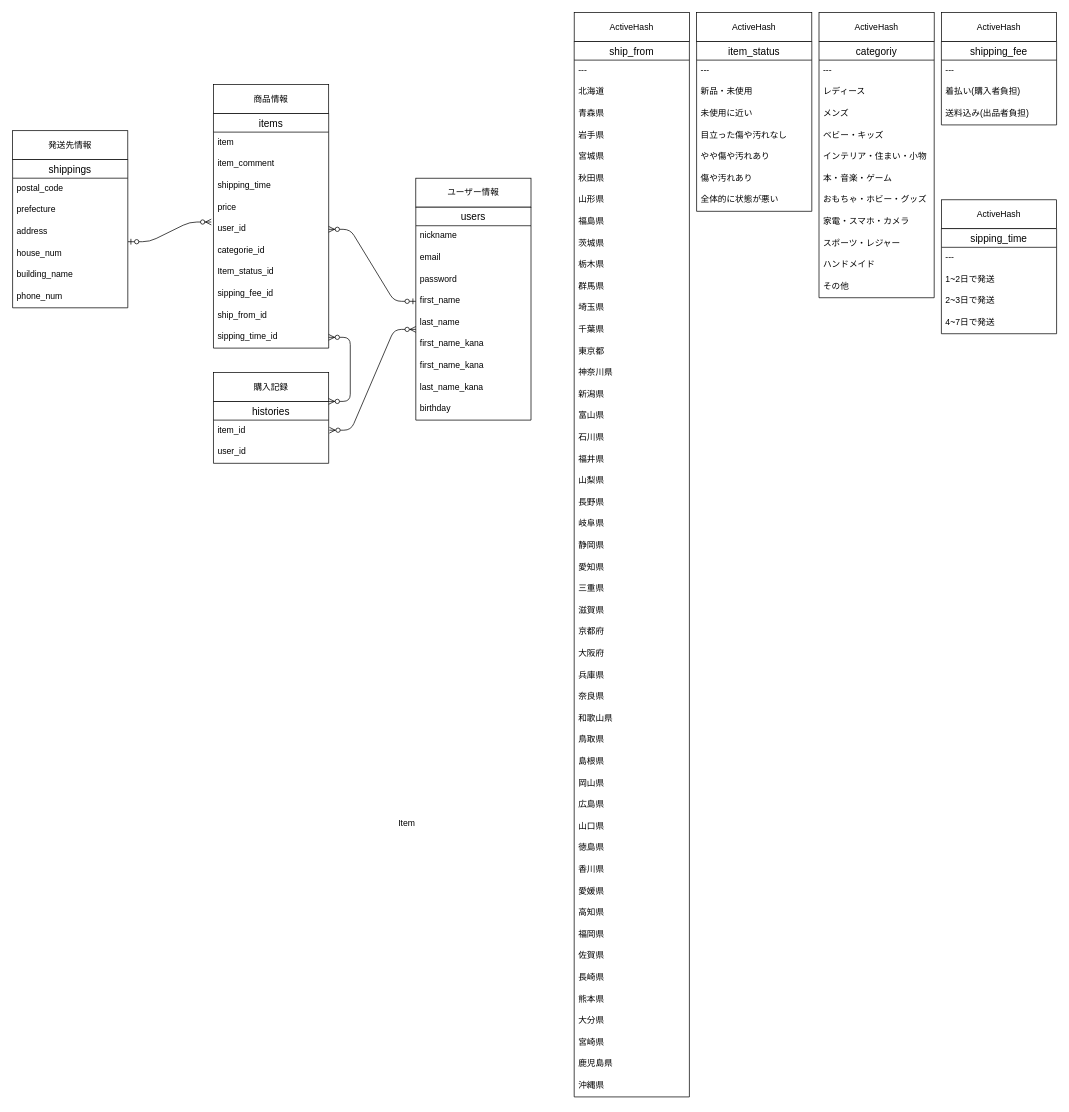
Above: database_ER.dio in xemnas1018/furima-41347 (draw.io), before the change. Source tidied: cells renumbered, new cells numbered last; positions are measured from the earlier drawing's top-left corner, leaving out a move shared by most shapes. Both pictures are drawn from the tidied source at 72%, with x=0, y=0 at pixel (12, 12).
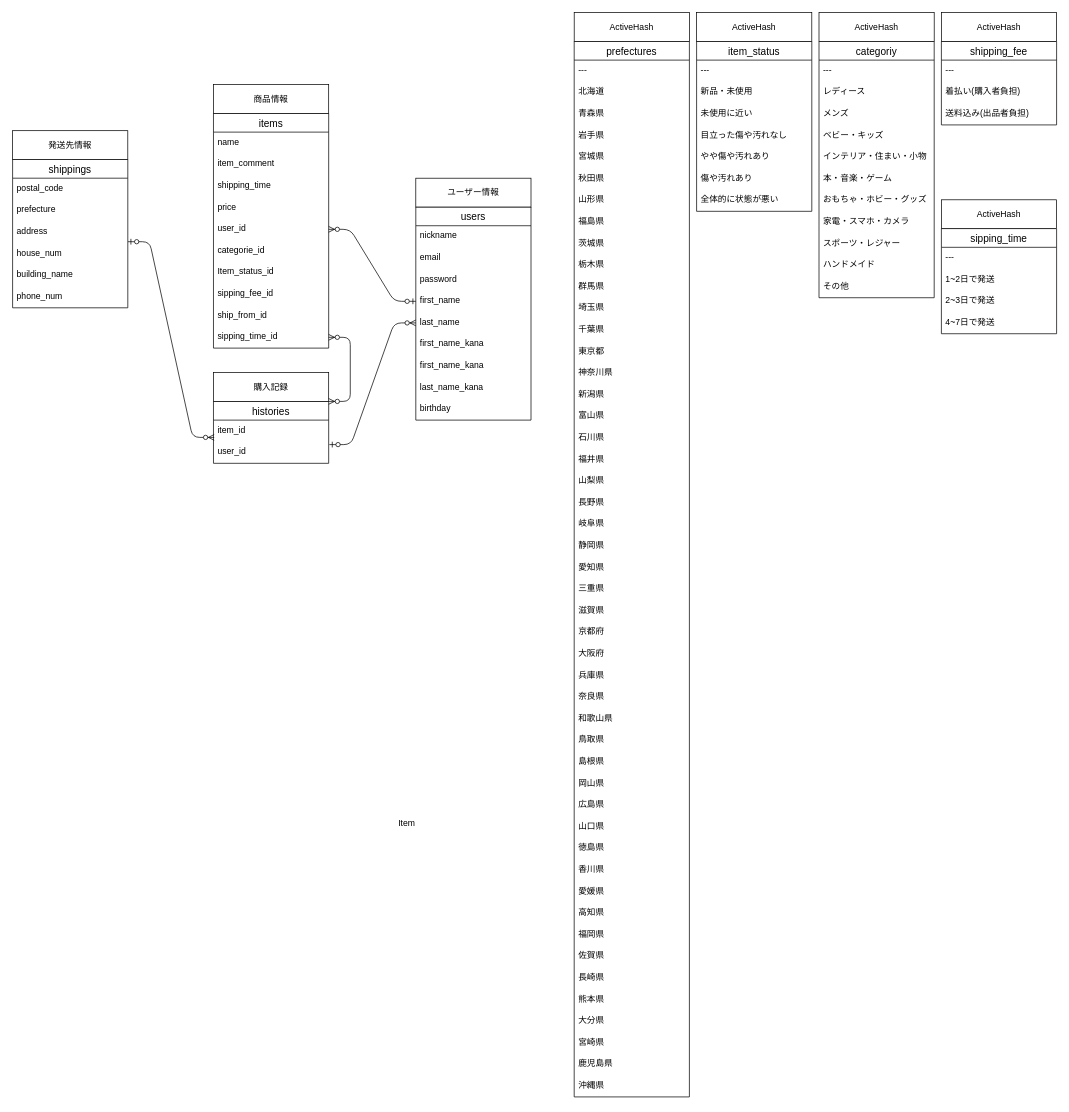
After the change.

Commit message (it also covers changes not shown here):
ER図・READMEファイル修正2

The change refers to these unchanged cells:
```xml
<mxCell id="8" value="items" style="swimlane;fontStyle=0;horizontal=1;startSize=26;align=center;fontSize=14;" parent="7" vertex="1">
  <mxGeometry y="40" width="160" height="326" as="geometry" />
</mxCell>
<mxCell id="13" value="user_id" style="text;strokeColor=none;fillColor=none;spacingLeft=4;spacingRight=4;overflow=hidden;points=[[0,0.5],[1,0.5]];portConstraint=eastwest;fontSize=12;" parent="8" vertex="1">
  <mxGeometry y="146" width="160" height="30" as="geometry" />
</mxCell>
<mxCell id="25" value="house_num" style="text;strokeColor=none;fillColor=none;spacingLeft=4;spacingRight=4;overflow=hidden;points=[[0,0.5],[1,0.5]];portConstraint=eastwest;fontSize=12;" parent="21" vertex="1">
  <mxGeometry y="116" width="160" height="30" as="geometry" />
</mxCell>
<mxCell id="63" value="last_name" style="text;strokeColor=none;fillColor=none;spacingLeft=4;spacingRight=4;overflow=hidden;points=[[0,0.5],[1,0.5]];portConstraint=eastwest;fontSize=12;" parent="58" vertex="1">
  <mxGeometry y="146" width="160" height="30" as="geometry" />
</mxCell>
<mxCell id="69" style="group;" parent="1" vertex="1">
  <mxGeometry x="780" width="160" height="1506" as="geometry" />
</mxCell>
```

Diff of the diagram source:
```diff
@@
-    <mxCell id="9" value="item" style="text;strokeColor=none;fillColor=none;spacingLeft=4;spacingRight=4;overflow=hidden;fontSize=12;" parent="8" vertex="1">
+    <mxCell id="9" value="name" style="text;strokeColor=none;fillColor=none;spacingLeft=4;spacingRight=4;overflow=hidden;fontSize=12;" parent="8" vertex="1">
       <mxGeometry y="26" width="160" height="30" as="geometry" />
     </mxCell>
@@
-    <mxCell id="70" value="ship_from" style="swimlane;fontStyle=0;horizontal=1;startSize=26;align=center;fontSize=14;" parent="69" vertex="1">
+    <mxCell id="70" value="prefectures" style="swimlane;fontStyle=0;horizontal=1;startSize=26;align=center;fontSize=14;" parent="69" vertex="1">
       <mxGeometry y="40" width="160" height="1466" as="geometry" />
     </mxCell>
@@
-    <mxCell id="121" style="edgeStyle=entityRelationEdgeStyle;fontSize=12;html=1;endArrow=ERzeroToMany;endFill=1;startArrow=ERzeroToMany;" parent="1" edge="1">
-      <mxGeometry relative="1" as="geometry">
-        <mxPoint x="440" y="580" as="sourcePoint" />
-        <mxPoint x="560" y="440" as="targetPoint" />
-      </mxGeometry>
-    </mxCell>
@@
-    <mxCell id="123" style="edgeStyle=entityRelationEdgeStyle;fontSize=12;html=1;endArrow=ERzeroToMany;startArrow=ERzeroToOne;entryX=-0.019;entryY=0.162;entryDx=0;entryDy=0;entryPerimeter=0;exitX=1.002;exitY=-0.06;exitDx=0;exitDy=0;exitPerimeter=0;" parent="1" edge="1" source="25" target="13">
-      <mxGeometry relative="1" as="geometry" />
+    <mxCell id="123" style="edgeStyle=entityRelationEdgeStyle;fontSize=12;html=1;endArrow=ERzeroToMany;startArrow=ERzeroToOne;exitX=1.002;exitY=-0.06;exitDx=0;exitDy=0;exitPerimeter=0;" parent="1" edge="1" source="25">
+      <mxGeometry relative="1" as="geometry">
+        <mxPoint x="280" y="590" as="targetPoint" />
+      </mxGeometry>
     </mxCell>
@@
+    <mxCell id="134" style="edgeStyle=entityRelationEdgeStyle;fontSize=12;html=1;endArrow=ERzeroToMany;startArrow=ERzeroToOne;entryX=0;entryY=0.5;entryDx=0;entryDy=0;" parent="1" edge="1" target="63">
+      <mxGeometry relative="1" as="geometry">
+        <mxPoint x="440" y="600" as="sourcePoint" />
+      </mxGeometry>
+    </mxCell>
```
